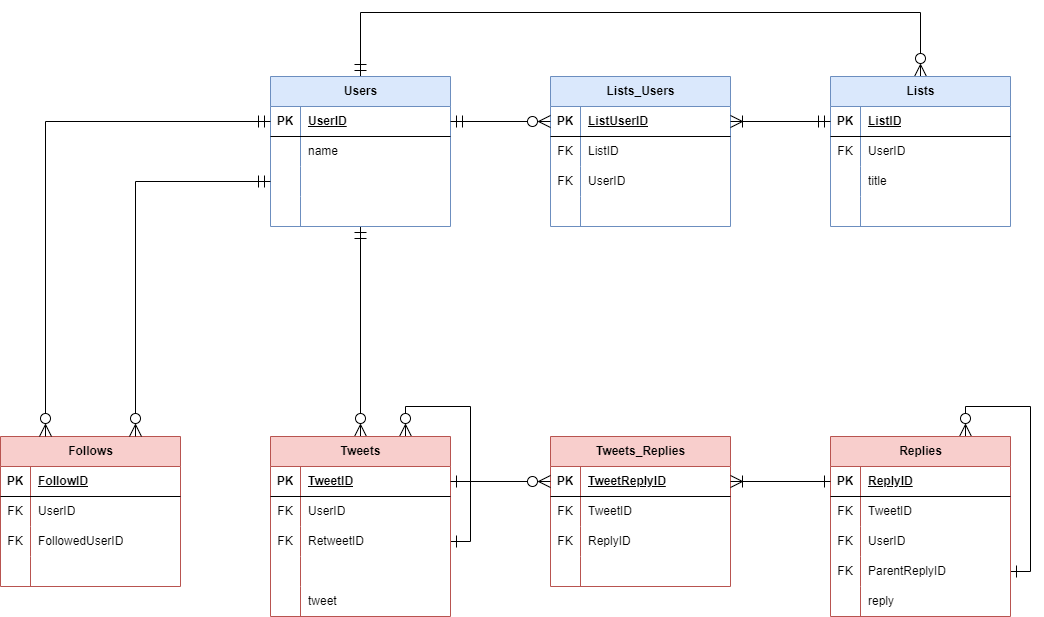
Above: Twitter.drawio.png in npakk/fjord-database-erd-practice (draw.io), before the change. Source tidied: cells renumbered, new cells last; positions are measured from the earlier drawing's top-left corner, leaving out a move shared by most shapes.
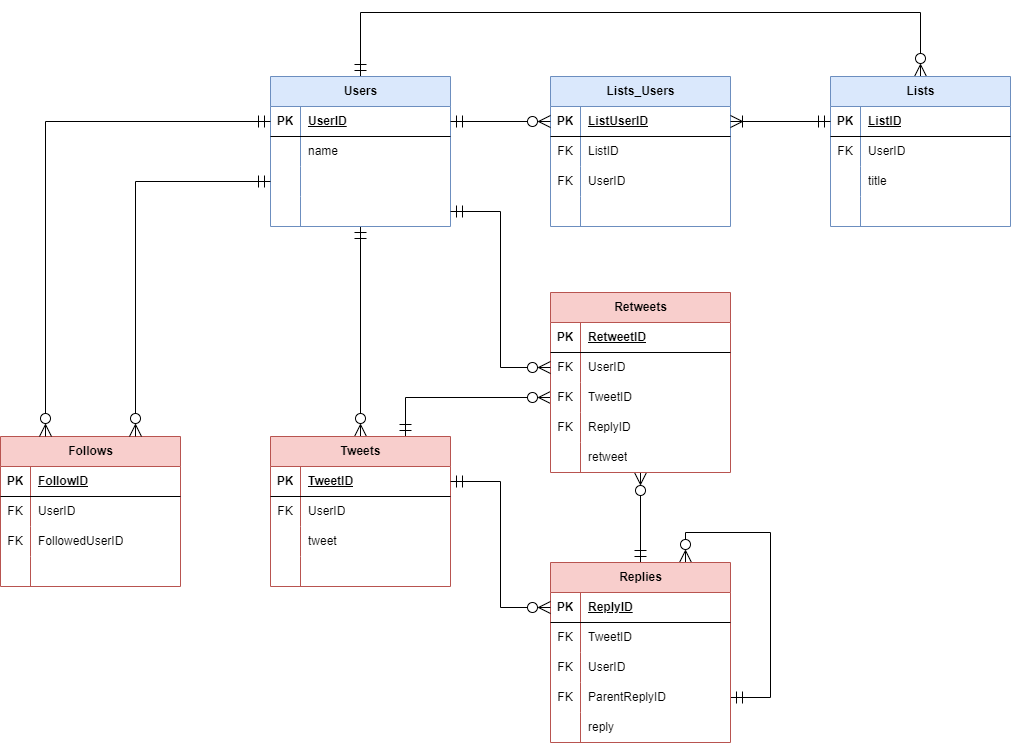
After the commit.

Commit message:
Twitter.drawio.png を更新します

What changed in the source:
```diff
@@ -52,26 +52,20 @@
     <mxCell id="16" style="shape=partialRectangle;fillColor=none;top=0;left=0;bottom=0;right=0;align=left;spacingLeft=6;overflow=hidden;whiteSpace=wrap;html=1;" parent="14" vertex="1">
       <mxGeometry x="30" width="150" height="30" as="geometry" />
     </mxCell>
-    <mxCell id="17" style="edgeStyle=orthogonalEdgeStyle;rounded=0;jettySize=auto;html=1;exitX=1;exitY=0.5;exitDx=0;exitDy=0;entryX=0.75;entryY=0;entryDx=0;entryDy=0;endSize=10;startSize=10;endArrow=ERzeroToMany;endFill=0;startArrow=ERone;startFill=0;" parent="1" edge="1" source="26" target="19">
-      <mxGeometry relative="1" as="geometry">
-        <Array as="points">
-          <mxPoint x="470" y="529" />
-          <mxPoint x="470" y="394" />
-          <mxPoint x="405" y="394" />
-        </Array>
-      </mxGeometry>
-    </mxCell>
-    <mxCell id="18" style="edgeStyle=orthogonalEdgeStyle;rounded=0;jettySize=auto;html=1;exitX=1;exitY=0.5;exitDx=0;exitDy=0;entryX=0.75;entryY=0;entryDx=0;entryDy=0;endSize=10;startSize=10;endArrow=ERzeroToMany;endFill=0;startArrow=ERone;startFill=0;" parent="1" edge="1" source="45" target="35">
+    <mxCell id="18" style="edgeStyle=orthogonalEdgeStyle;rounded=0;jettySize=auto;html=1;exitX=1;exitY=0.5;exitDx=0;exitDy=0;entryX=0.75;entryY=0;entryDx=0;entryDy=0;endSize=10;startSize=10;endArrow=ERzeroToMany;endFill=0;startArrow=ERmandOne;startFill=0;" parent="1" edge="1" source="45" target="35">
       <mxGeometry relative="1" as="geometry">
         <Array as="points">
-          <mxPoint x="1030" y="559" />
-          <mxPoint x="1030" y="394" />
-          <mxPoint x="965" y="394" />
+          <mxPoint x="770" y="685" />
+          <mxPoint x="770" y="520" />
+          <mxPoint x="685" y="520" />
         </Array>
       </mxGeometry>
     </mxCell>
+    <mxCell id="110" style="edgeStyle=orthogonalEdgeStyle;rounded=0;jettySize=auto;html=1;exitX=0.75;exitY=0;exitDx=0;exitDy=0;entryX=0;entryY=0.5;entryDx=0;entryDy=0;endSize=10;startSize=10;startArrow=ERmandOne;startFill=0;endArrow=ERzeroToMany;endFill=0;" parent="1" edge="1" source="19" target="102">
+      <mxGeometry relative="1" as="geometry" />
+    </mxCell>
     <mxCell id="19" value="Tweets" style="shape=table;startSize=30;rowLines=0;fontStyle=1;align=center;html=1;fillColor=#f8cecc;strokeColor=#b85450;" parent="1" vertex="1">
-      <mxGeometry x="270" y="424" width="180" height="180" as="geometry" />
+      <mxGeometry x="270" y="424" width="180" height="150" as="geometry" />
     </mxCell>
     <mxCell id="20" style="shape=tableRow;horizontal=0;startSize=0;swimlaneHead=0;swimlaneBody=0;fillColor=none;points=[[0,0.5],[1,0.5]];portConstraint=eastwest;top=0;left=0;right=0;bottom=1;" parent="19" vertex="1">
       <mxGeometry y="30" width="180" height="30" as="geometry" />
@@ -94,10 +88,10 @@
     <mxCell id="26" style="shape=tableRow;horizontal=0;startSize=0;swimlaneHead=0;swimlaneBody=0;fillColor=none;points=[[0,0.5],[1,0.5]];portConstraint=eastwest;top=0;left=0;right=0;bottom=0;" parent="19" vertex="1">
       <mxGeometry y="90" width="180" height="30" as="geometry" />
     </mxCell>
-    <mxCell id="27" value="FK" style="shape=partialRectangle;fillColor=none;top=0;left=0;bottom=0;right=0;overflow=hidden;whiteSpace=wrap;html=1;" parent="26" vertex="1">
+    <mxCell id="27" style="shape=partialRectangle;fillColor=none;top=0;left=0;bottom=0;right=0;overflow=hidden;whiteSpace=wrap;html=1;" parent="26" vertex="1">
       <mxGeometry width="30" height="30" as="geometry" />
     </mxCell>
-    <mxCell id="28" value="RetweetID" style="shape=partialRectangle;fillColor=none;top=0;left=0;bottom=0;right=0;align=left;spacingLeft=6;overflow=hidden;whiteSpace=wrap;html=1;" parent="26" vertex="1">
+    <mxCell id="28" value="tweet" style="shape=partialRectangle;fillColor=none;top=0;left=0;bottom=0;right=0;align=left;spacingLeft=6;overflow=hidden;whiteSpace=wrap;html=1;" parent="26" vertex="1">
       <mxGeometry x="30" width="150" height="30" as="geometry" />
     </mxCell>
     <mxCell id="29" style="shape=tableRow;horizontal=0;startSize=0;swimlaneHead=0;swimlaneBody=0;fillColor=none;top=0;left=0;right=0;bottom=0;" parent="19" vertex="1">
@@ -109,17 +103,11 @@
     <mxCell id="31" style="shape=partialRectangle;fillColor=none;top=0;left=0;bottom=0;right=0;align=left;spacingLeft=6;overflow=hidden;whiteSpace=wrap;html=1;" parent="29" vertex="1">
       <mxGeometry x="30" width="150" height="30" as="geometry" />
     </mxCell>
-    <mxCell id="32" style="shape=tableRow;horizontal=0;startSize=0;swimlaneHead=0;swimlaneBody=0;fillColor=none;points=[[0,0.5],[1,0.5]];portConstraint=eastwest;top=0;left=0;right=0;bottom=0;" parent="19" vertex="1">
-      <mxGeometry y="150" width="180" height="30" as="geometry" />
-    </mxCell>
-    <mxCell id="33" style="shape=partialRectangle;fillColor=none;top=0;left=0;bottom=0;right=0;overflow=hidden;whiteSpace=wrap;html=1;" parent="32" vertex="1">
-      <mxGeometry width="30" height="30" as="geometry" />
-    </mxCell>
-    <mxCell id="34" value="tweet" style="shape=partialRectangle;fillColor=none;top=0;left=0;bottom=0;right=0;align=left;spacingLeft=6;overflow=hidden;whiteSpace=wrap;html=1;" parent="32" vertex="1">
-      <mxGeometry x="30" width="150" height="30" as="geometry" />
-    </mxCell>
+    <mxCell id="111" style="edgeStyle=orthogonalEdgeStyle;rounded=0;jettySize=auto;html=1;entryX=0.5;entryY=1;entryDx=0;entryDy=0;entryPerimeter=0;endArrow=ERzeroToMany;endFill=0;startSize=10;endSize=10;startArrow=ERmandOne;startFill=0;" parent="1" edge="1" source="35" target="32">
+      <mxGeometry relative="1" as="geometry" />
+    </mxCell>
     <mxCell id="35" value="Replies" style="shape=table;startSize=30;rowLines=0;fontStyle=1;align=center;html=1;fillColor=#f8cecc;strokeColor=#b85450;" parent="1" vertex="1">
-      <mxGeometry x="830" y="424" width="180" height="180" as="geometry" />
+      <mxGeometry x="550" y="550" width="180" height="180" as="geometry" />
     </mxCell>
     <mxCell id="36" style="shape=tableRow;horizontal=0;startSize=0;swimlaneHead=0;swimlaneBody=0;fillColor=none;points=[[0,0.5],[1,0.5]];portConstraint=eastwest;top=0;left=0;right=0;bottom=1;" parent="35" vertex="1">
       <mxGeometry y="30" width="180" height="30" as="geometry" />
@@ -306,50 +294,59 @@
     <mxCell id="94" style="edgeStyle=orthogonalEdgeStyle;rounded=0;jettySize=auto;html=1;entryX=1;entryY=0.5;entryDx=0;entryDy=0;endSize=10;startSize=10;endArrow=ERoneToMany;endFill=0;startArrow=ERmandOne;startFill=0;" parent="1" edge="1" source="65" target="78">
       <mxGeometry relative="1" as="geometry" />
     </mxCell>
-    <mxCell id="95" value="Tweets_Replies" style="shape=table;startSize=30;rowLines=0;fontStyle=1;align=center;html=1;fillColor=#f8cecc;strokeColor=#b85450;" parent="1" vertex="1">
-      <mxGeometry x="550" y="424" width="180" height="150" as="geometry" />
-    </mxCell>
+    <mxCell id="108" style="edgeStyle=orthogonalEdgeStyle;rounded=0;jettySize=auto;html=1;exitX=1;exitY=0.5;exitDx=0;exitDy=0;entryX=0;entryY=0.5;entryDx=0;entryDy=0;endSize=10;startSize=10;endArrow=ERzeroToMany;endFill=0;startArrow=ERmandOne;startFill=0;" parent="1" edge="1" source="20" target="36">
+      <mxGeometry relative="1" as="geometry" />
+    </mxCell>
+    <mxCell id="112" value="Retweets" style="shape=table;startSize=30;rowLines=0;fontStyle=1;align=center;html=1;fillColor=#f8cecc;strokeColor=#b85450;" parent="1" vertex="1">
+      <mxGeometry x="550" y="280" width="180" height="180" as="geometry" />
+    </mxCell>
-    <mxCell id="96" style="shape=tableRow;horizontal=0;startSize=0;swimlaneHead=0;swimlaneBody=0;fillColor=none;points=[[0,0.5],[1,0.5]];portConstraint=eastwest;top=0;left=0;right=0;bottom=1;" parent="95" vertex="1">
+    <mxCell id="96" style="shape=tableRow;horizontal=0;startSize=0;swimlaneHead=0;swimlaneBody=0;fillColor=none;points=[[0,0.5],[1,0.5]];portConstraint=eastwest;top=0;left=0;right=0;bottom=1;" parent="112" vertex="1">
       <mxGeometry y="30" width="180" height="30" as="geometry" />
     </mxCell>
     <mxCell id="97" value="PK" style="shape=partialRectangle;fillColor=none;top=0;left=0;bottom=0;right=0;fontStyle=1;overflow=hidden;whiteSpace=wrap;html=1;" parent="96" vertex="1">
       <mxGeometry width="30" height="30" as="geometry" />
     </mxCell>
-    <mxCell id="98" value="TweetReplyID" style="shape=partialRectangle;fillColor=none;top=0;left=0;bottom=0;right=0;align=left;spacingLeft=6;fontStyle=5;overflow=hidden;whiteSpace=wrap;html=1;" parent="96" vertex="1">
-      <mxGeometry x="30" width="150" height="30" as="geometry" />
-    </mxCell>
+    <mxCell id="113" value="RetweetID" style="shape=partialRectangle;fillColor=none;top=0;left=0;bottom=0;right=0;align=left;spacingLeft=6;fontStyle=5;overflow=hidden;whiteSpace=wrap;html=1;" parent="96" vertex="1">
+      <mxGeometry x="30" width="150" height="30" as="geometry" />
+    </mxCell>
-    <mxCell id="99" style="shape=tableRow;horizontal=0;startSize=0;swimlaneHead=0;swimlaneBody=0;fillColor=none;points=[[0,0.5],[1,0.5]];portConstraint=eastwest;top=0;left=0;right=0;bottom=0;" parent="95" vertex="1">
+    <mxCell id="99" style="shape=tableRow;horizontal=0;startSize=0;swimlaneHead=0;swimlaneBody=0;fillColor=none;points=[[0,0.5],[1,0.5]];portConstraint=eastwest;top=0;left=0;right=0;bottom=0;" parent="112" vertex="1">
       <mxGeometry y="60" width="180" height="30" as="geometry" />
     </mxCell>
-    <mxCell id="100" value="FK" style="shape=partialRectangle;fillColor=none;top=0;left=0;bottom=0;right=0;overflow=hidden;whiteSpace=wrap;html=1;" parent="99" vertex="1">
-      <mxGeometry width="30" height="30" as="geometry" />
-    </mxCell>
+    <mxCell id="114" value="FK" style="shape=partialRectangle;fillColor=none;top=0;left=0;bottom=0;right=0;overflow=hidden;whiteSpace=wrap;html=1;" parent="99" vertex="1">
+      <mxGeometry width="30" height="30" as="geometry" />
+    </mxCell>
+    <mxCell id="115" value="UserID" style="shape=partialRectangle;fillColor=none;top=0;left=0;bottom=0;right=0;align=left;spacingLeft=6;overflow=hidden;whiteSpace=wrap;html=1;" parent="99" vertex="1">
+      <mxGeometry x="30" width="150" height="30" as="geometry" />
+    </mxCell>
+    <mxCell id="102" style="shape=tableRow;horizontal=0;startSize=0;swimlaneHead=0;swimlaneBody=0;fillColor=none;points=[[0,0.5],[1,0.5]];portConstraint=eastwest;top=0;left=0;right=0;bottom=0;" parent="112" vertex="1">
+      <mxGeometry y="90" width="180" height="30" as="geometry" />
+    </mxCell>
+    <mxCell id="116" value="FK" style="shape=partialRectangle;fillColor=none;top=0;left=0;bottom=0;right=0;overflow=hidden;whiteSpace=wrap;html=1;" parent="102" vertex="1">
+      <mxGeometry width="30" height="30" as="geometry" />
+    </mxCell>
-    <mxCell id="101" value="TweetID" style="shape=partialRectangle;fillColor=none;top=0;left=0;bottom=0;right=0;align=left;spacingLeft=6;overflow=hidden;whiteSpace=wrap;html=1;" parent="99" vertex="1">
+    <mxCell id="101" value="TweetID" style="shape=partialRectangle;fillColor=none;top=0;left=0;bottom=0;right=0;align=left;spacingLeft=6;overflow=hidden;whiteSpace=wrap;html=1;" parent="102" vertex="1">
       <mxGeometry x="30" width="150" height="30" as="geometry" />
     </mxCell>
-    <mxCell id="102" style="shape=tableRow;horizontal=0;startSize=0;swimlaneHead=0;swimlaneBody=0;fillColor=none;points=[[0,0.5],[1,0.5]];portConstraint=eastwest;top=0;left=0;right=0;bottom=0;" parent="95" vertex="1">
-      <mxGeometry y="90" width="180" height="30" as="geometry" />
-    </mxCell>
-    <mxCell id="103" value="FK" style="shape=partialRectangle;fillColor=none;top=0;left=0;bottom=0;right=0;overflow=hidden;whiteSpace=wrap;html=1;" parent="102" vertex="1">
-      <mxGeometry width="30" height="30" as="geometry" />
-    </mxCell>
+    <mxCell id="105" style="shape=tableRow;horizontal=0;startSize=0;swimlaneHead=0;swimlaneBody=0;fillColor=none;top=0;left=0;right=0;bottom=0;" parent="112" vertex="1">
+      <mxGeometry y="120" width="180" height="30" as="geometry" />
+    </mxCell>
+    <mxCell id="117" value="FK" style="shape=partialRectangle;fillColor=none;top=0;left=0;bottom=0;right=0;overflow=hidden;whiteSpace=wrap;html=1;" parent="105" vertex="1">
+      <mxGeometry width="30" height="30" as="geometry" />
+    </mxCell>
-    <mxCell id="104" value="ReplyID" style="shape=partialRectangle;fillColor=none;top=0;left=0;bottom=0;right=0;align=left;spacingLeft=6;overflow=hidden;whiteSpace=wrap;html=1;" parent="102" vertex="1">
+    <mxCell id="104" value="ReplyID" style="shape=partialRectangle;fillColor=none;top=0;left=0;bottom=0;right=0;align=left;spacingLeft=6;overflow=hidden;whiteSpace=wrap;html=1;" parent="105" vertex="1">
       <mxGeometry x="30" width="150" height="30" as="geometry" />
     </mxCell>
-    <mxCell id="105" style="shape=tableRow;horizontal=0;startSize=0;swimlaneHead=0;swimlaneBody=0;fillColor=none;top=0;left=0;right=0;bottom=0;" parent="95" vertex="1">
-      <mxGeometry y="120" width="180" height="30" as="geometry" />
-    </mxCell>
-    <mxCell id="106" style="shape=partialRectangle;fillColor=none;top=0;left=0;bottom=0;right=0;overflow=hidden;whiteSpace=wrap;html=1;" parent="105" vertex="1">
-      <mxGeometry width="30" height="30" as="geometry" />
-    </mxCell>
-    <mxCell id="107" style="shape=partialRectangle;fillColor=none;top=0;left=0;bottom=0;right=0;align=left;spacingLeft=6;overflow=hidden;whiteSpace=wrap;html=1;" parent="105" vertex="1">
-      <mxGeometry x="30" width="150" height="30" as="geometry" />
-    </mxCell>
-    <mxCell id="108" style="edgeStyle=orthogonalEdgeStyle;rounded=0;jettySize=auto;html=1;exitX=1;exitY=0.5;exitDx=0;exitDy=0;entryX=0;entryY=0.5;entryDx=0;entryDy=0;endSize=10;startSize=10;endArrow=ERzeroToMany;endFill=0;startArrow=ERone;startFill=0;" parent="1" edge="1" source="20" target="96">
-      <mxGeometry relative="1" as="geometry" />
-    </mxCell>
-    <mxCell id="109" style="edgeStyle=orthogonalEdgeStyle;rounded=0;jettySize=auto;html=1;exitX=0;exitY=0.5;exitDx=0;exitDy=0;entryX=1;entryY=0.5;entryDx=0;entryDy=0;endSize=10;startSize=10;endArrow=ERoneToMany;endFill=0;startArrow=ERone;startFill=0;" parent="1" edge="1" source="36" target="96">
-      <mxGeometry relative="1" as="geometry" />
-    </mxCell>
+    <mxCell id="32" style="shape=tableRow;horizontal=0;startSize=0;swimlaneHead=0;swimlaneBody=0;fillColor=none;points=[[0,0.5],[1,0.5]];portConstraint=eastwest;top=0;left=0;right=0;bottom=0;" parent="112" vertex="1">
+      <mxGeometry y="150" width="180" height="30" as="geometry" />
+    </mxCell>
+    <mxCell id="118" style="shape=partialRectangle;fillColor=none;top=0;left=0;bottom=0;right=0;overflow=hidden;whiteSpace=wrap;html=1;" parent="32" vertex="1">
+      <mxGeometry width="30" height="30" as="geometry" />
+    </mxCell>
+    <mxCell id="119" value="retweet" style="shape=partialRectangle;fillColor=none;top=0;left=0;bottom=0;right=0;align=left;spacingLeft=6;overflow=hidden;whiteSpace=wrap;html=1;" parent="32" vertex="1">
+      <mxGeometry x="30" width="150" height="30" as="geometry" />
+    </mxCell>
+    <mxCell id="120" style="edgeStyle=orthogonalEdgeStyle;rounded=0;jettySize=auto;html=1;entryX=0;entryY=0.5;entryDx=0;entryDy=0;endSize=10;startSize=10;endArrow=ERzeroToMany;endFill=0;startArrow=ERmandOne;startFill=0;" parent="1" edge="1" source="14" target="99">
+      <mxGeometry relative="1" as="geometry" />
+    </mxCell>
   </root>
 </mxGraphModel>
```
